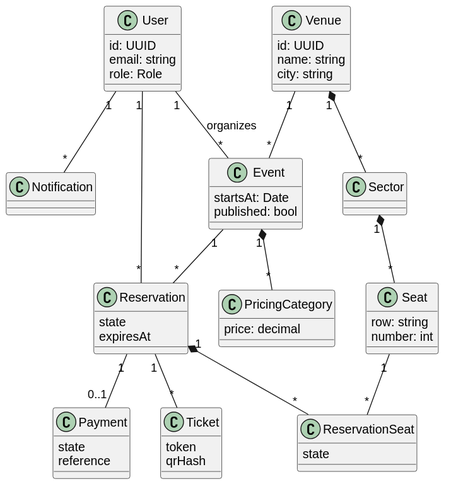
This is docs/diagrams/export/class-diagram.svg from Hessam-Hosseinian/event-ticketing-platform, a PlantUML export, as it was before one commit.
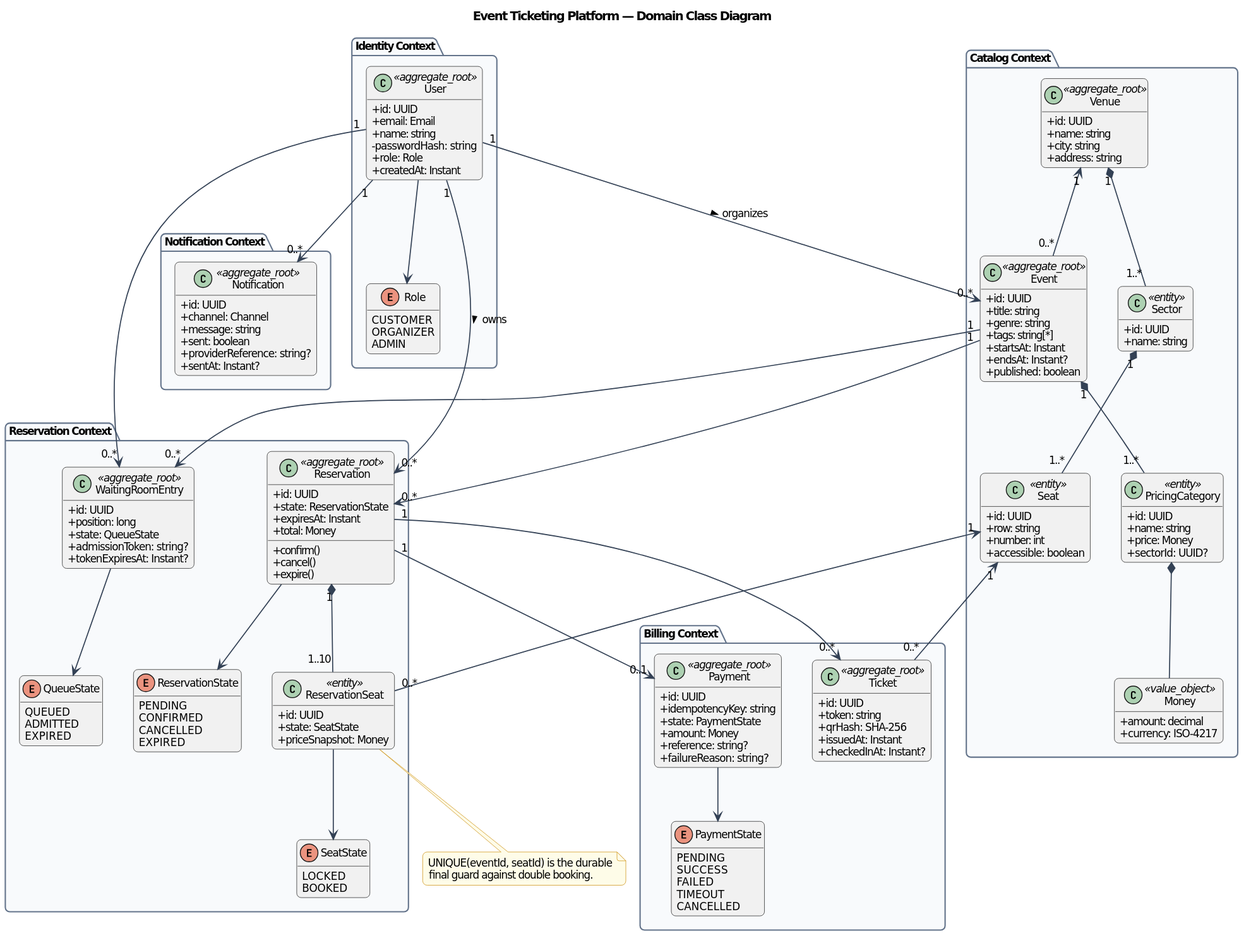
After the change.

Change to the diagram source:
```diff
@@ -1,52 +1,154 @@
 @startuml
-class User {
-  id: UUID
-  email: string
-  role: Role
+!include theme.iuml
+title Event Ticketing Platform — Domain Class Diagram
+skinparam classAttributeIconSize 0
+package "Identity Context" {
+  class User <<aggregate_root>> {
+    +id: UUID
+    +email: Email
+    +name: string
+    -passwordHash: string
+    +role: Role
+    +createdAt: Instant
+  }
+  enum Role {
+    CUSTOMER
+    ORGANIZER
+    ADMIN
+  }
+  User --> Role
 }
-class Venue {
-  id: UUID
-  name: string
-  city: string
+package "Catalog Context" {
+  class Venue <<aggregate_root>> {
+    +id: UUID
+    +name: string
+    +city: string
+    +address: string
+  }
+  class Sector <<entity>> {
+    +id: UUID
+    +name: string
+  }
+  class Seat <<entity>> {
+    +id: UUID
+    +row: string
+    +number: int
+    +accessible: boolean
+  }
+  class Event <<aggregate_root>> {
+    +id: UUID
+    +title: string
+    +genre: string
+    +tags: string[*]
+    +startsAt: Instant
+    +endsAt: Instant?
+    +published: boolean
+  }
+  class PricingCategory <<entity>> {
+    +id: UUID
+    +name: string
+    +price: Money
+    +sectorId: UUID?
+  }
+  class Money <<value_object>> {
+    +amount: decimal
+    +currency: ISO-4217
+  }
+  Venue "1" *-- "1..*" Sector
+  Sector "1" *-- "1..*" Seat
+  Venue "1" <-- "0..*" Event
+  Event "1" *-- "1..*" PricingCategory
+  PricingCategory *-- Money
 }
-class Sector
-class Seat {
-  row: string
-  number: int
+package "Reservation Context" {
+  class Reservation <<aggregate_root>> {
+    +id: UUID
+    +state: ReservationState
+    +expiresAt: Instant
+    +total: Money
+    +confirm()
+    +cancel()
+    +expire()
+  }
+  class ReservationSeat <<entity>> {
+    +id: UUID
+    +state: SeatState
+    +priceSnapshot: Money
+  }
+  class WaitingRoomEntry <<aggregate_root>> {
+    +id: UUID
+    +position: long
+    +state: QueueState
+    +admissionToken: string?
+    +tokenExpiresAt: Instant?
+  }
+  enum ReservationState {
+    PENDING
+    CONFIRMED
+    CANCELLED
+    EXPIRED
+  }
+  enum SeatState {
+    LOCKED
+    BOOKED
+  }
+  enum QueueState {
+    QUEUED
+    ADMITTED
+    EXPIRED
+  }
+  Reservation "1" *-- "1..10" ReservationSeat
+  Reservation --> ReservationState
+  ReservationSeat --> SeatState
+  WaitingRoomEntry --> QueueState
 }
-class Event {
-  startsAt: Date
-  published: bool
+package "Billing Context" {
+  class Payment <<aggregate_root>> {
+    +id: UUID
+    +idempotencyKey: string
+    +state: PaymentState
+    +amount: Money
+    +reference: string?
+    +failureReason: string?
+  }
+  class Ticket <<aggregate_root>> {
+    +id: UUID
+    +token: string
+    +qrHash: SHA-256
+    +issuedAt: Instant
+    +checkedInAt: Instant?
+  }
+  enum PaymentState {
+    PENDING
+    SUCCESS
+    FAILED
+    TIMEOUT
+    CANCELLED
+  }
+  Payment --> PaymentState
 }
-class PricingCategory {
-  price: decimal
+package "Notification Context" {
+  class Notification <<aggregate_root>> {
+    +id: UUID
+    +channel: Channel
+    +message: string
+    +sent: boolean
+    +providerReference: string?
+    +sentAt: Instant?
+  }
 }
-class Reservation {
-  state
-  expiresAt
-}
-class ReservationSeat {
-  state
-}
-class Payment {
-  state
-  reference
-}
-class Ticket {
-  token
-  qrHash
-}
-class Notification
-Venue "1" *-- "*" Sector
-Sector "1" *-- "*" Seat
-Venue "1" -- "*" Event
-User "1" -- "*" Event : organizes
-Event "1" *-- "*" PricingCategory
-User "1" -- "*" Reservation
-Event "1" -- "*" Reservation
-Reservation "1" *-- "*" ReservationSeat
-Seat "1" -- "*" ReservationSeat
-Reservation "1" -- "0..1" Payment
-Reservation "1" -- "*" Ticket
-User "1" -- "*" Notification
+User "1" --> "0..*" Event : organizes >
+User "1" --> "0..*" Reservation : owns >
+User "1" --> "0..*" WaitingRoomEntry
+Event "1" --> "0..*" Reservation
+Event "1" --> "0..*" WaitingRoomEntry
+Seat "1" <-- "0..*" ReservationSeat
+Reservation "1" --> "0..1" Payment
+Reservation "1" --> "0..*" Ticket
+Seat "1" <-- "0..*" Ticket
+User "1" --> "0..*" Notification
+note bottom of ReservationSeat
+  UNIQUE(eventId, seatId) is the durable
+  final guard against double booking.
+end note
 @enduml
```
